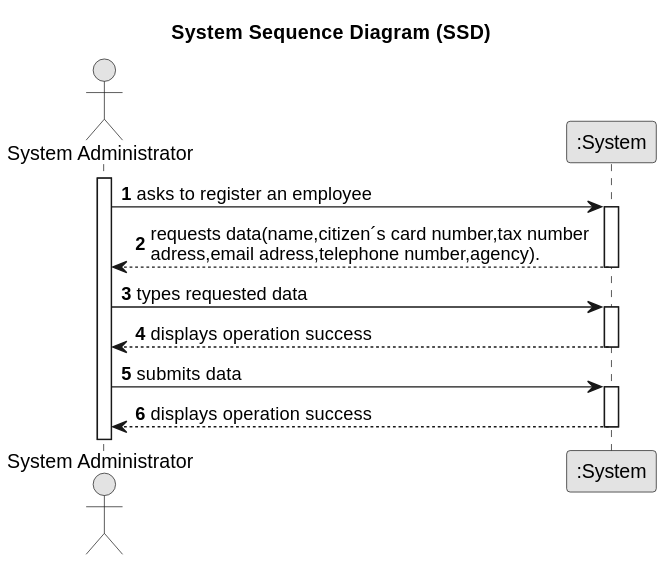
Above: docs/sprintA/US03/01.requirements-engineering/svg/us03-system-sequence-diagram.svg in PureNimble/ISEP-LAPR2 (PlantUML), before the change. Its diagram source:
```plantuml
@startuml
skinparam monochrome true
skinparam packageStyle rectangle
skinparam shadowing false

title System Sequence Diagram (SSD)

autonumber

actor "System Administrator" as Admin
participant ":System" as System

activate Admin

    Admin -> System : asks to register an employee
    activate System

        System --> Admin : requests data(name,citizen´s card number,tax number \nadress,email adress,telephone number,agency).
    deactivate System

    Admin -> System : types requested data
    activate System

        System --> Admin : displays operation success
        deactivate System

    Admin -> System : submits data
    activate System

        System --> Admin : displays operation success
    deactivate System
@enduml
```
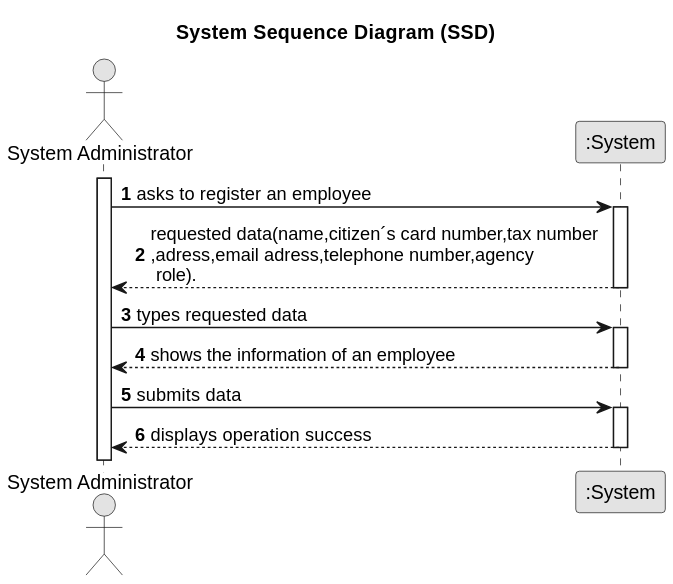
Above is the later version.

The edit, as a diff of the source:
```diff
@@ -15,14 +15,14 @@
     Admin -> System : asks to register an employee
     activate System
 
-        System --> Admin : requests data(name,citizen´s card number,tax number \nadress,email adress,telephone number,agency).
-    deactivate System
+   System --> Admin :  requested data(name,citizen´s card number,tax number \n,adress,email adress,telephone number,agency\n role).
+     deactivate System
 
     Admin -> System : types requested data
     activate System
 
-        System --> Admin : displays operation success
-        deactivate System
+     System --> Admin : shows the information of an employee
+            deactivate System
 
     Admin -> System : submits data
     activate System
```
